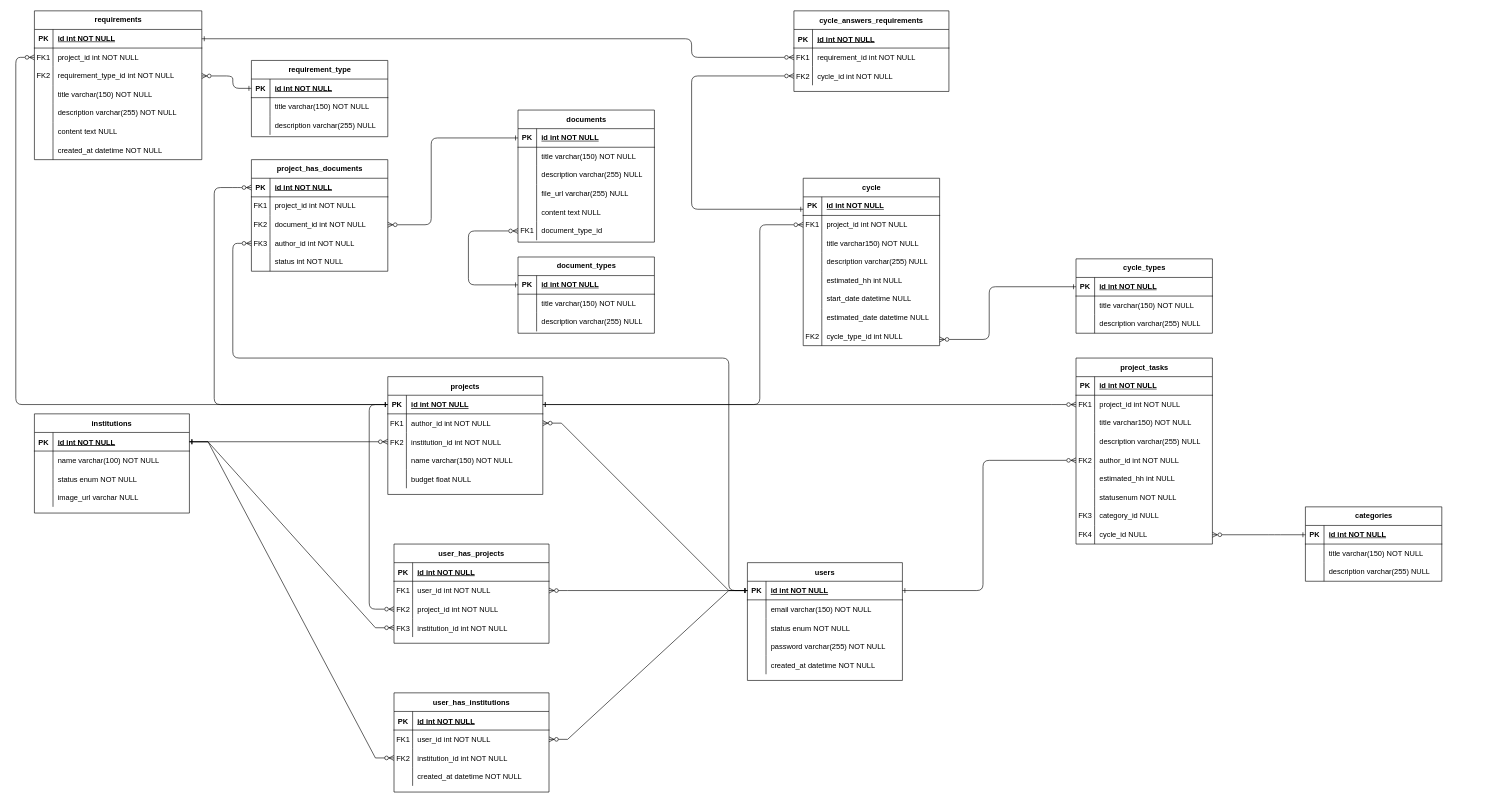
Above: src/diagrams/MER.drawio in jmjauregui/new_kettle (draw.io), before the change. Source tidied: cells renumbered, new cells numbered last; positions are measured from the earlier drawing's top-left corner, leaving out a move shared by most shapes. Both pictures are drawn from the tidied source at 62%, with x=0, y=0 at pixel (-102, 11).
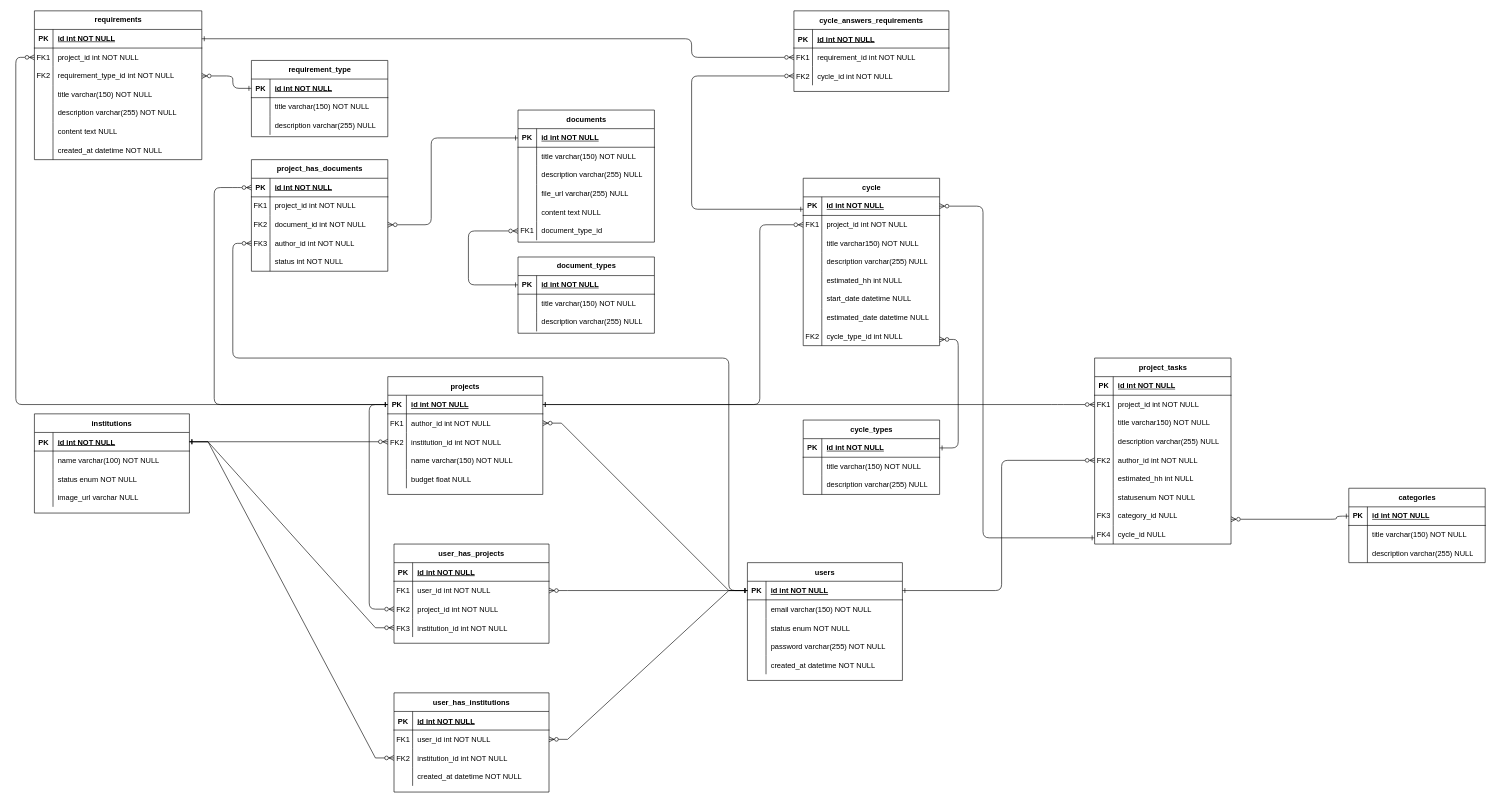
Above is the later version.

The change refers to these unchanged cells:
```xml
<mxCell id="34" style="shape=partialRectangle;fillColor=none;points=[[0,0.5],[1,0.5]];portConstraint=eastwest;top=0;left=0;right=0;bottom=1;rounded=0;" parent="33" vertex="1">
  <mxGeometry y="30" width="250" height="30" as="geometry" />
</mxCell>
<mxCell id="94" style="shape=tableRow;horizontal=0;startSize=0;swimlaneHead=0;swimlaneBody=0;fillColor=none;points=[[0,0.5],[1,0.5]];portConstraint=eastwest;top=0;left=0;right=0;bottom=0;" parent="81" vertex="1">
  <mxGeometry y="150" width="220" height="30" as="geometry" />
</mxCell>
<mxCell id="106" style="shape=tableRow;horizontal=0;startSize=0;swimlaneHead=0;swimlaneBody=0;fillColor=none;points=[[0,0.5],[1,0.5]];portConstraint=eastwest;top=0;left=0;right=0;bottom=0;" parent="81" vertex="1">
  <mxGeometry y="270" width="220" height="30" as="geometry" />
</mxCell>
<mxCell id="112" style="shape=tableRow;horizontal=0;startSize=0;swimlaneHead=0;swimlaneBody=0;fillColor=none;points=[[0,0.5],[1,0.5]];portConstraint=eastwest;top=0;left=0;right=0;bottom=1;" parent="111" vertex="1">
  <mxGeometry y="30" width="220" height="30" as="geometry" />
</mxCell>
<mxCell id="169" style="shape=tableRow;horizontal=0;startSize=0;swimlaneHead=0;swimlaneBody=0;fillColor=none;points=[[0,0.5],[1,0.5]];portConstraint=eastwest;top=0;left=0;right=0;bottom=1;" parent="168" vertex="1">
  <mxGeometry y="30" width="220" height="30" as="geometry" />
</mxCell>
<mxCell id="194" style="shape=tableRow;horizontal=0;startSize=0;swimlaneHead=0;swimlaneBody=0;fillColor=none;points=[[0,0.5],[1,0.5]];portConstraint=eastwest;top=0;left=0;right=0;bottom=1;" parent="193" vertex="1">
  <mxGeometry y="30" width="220" height="30" as="geometry" />
</mxCell>
```

Diff of the diagram source:
```diff
@@
     <mxCell id="81" value="project_tasks" style="shape=table;startSize=30;childLayout=tableLayout;rowLines=0;fontStyle=1;align=center;html=1;" parent="1" vertex="1">
-      <mxGeometry x="1900" y="560" width="220" height="300" as="geometry" />
+      <mxGeometry x="1930" y="560" width="220" height="300" as="geometry" />
     </mxCell>
@@
     <mxCell id="110" style="edgeStyle=orthogonalEdgeStyle;jettySize=auto;html=1;entryX=0;entryY=0.5;entryDx=0;entryDy=0;strokeColor=default;startArrow=ERone;startFill=0;endArrow=ERzeroToMany;endFill=0;exitX=1;exitY=0.5;exitDx=0;exitDy=0;" parent="1" edge="1" source="34" target="94">
       <mxGeometry relative="1" as="geometry">
         <Array as="points">
-          <mxPoint x="1750" y="935" />
-          <mxPoint x="1750" y="725" />
+          <mxPoint x="1780" y="935" />
+          <mxPoint x="1780" y="725" />
         </Array>
       </mxGeometry>
     </mxCell>
     <mxCell id="111" value="categories" style="shape=table;startSize=30;childLayout=tableLayout;rowLines=0;fontStyle=1;align=center;html=1;" parent="1" vertex="1">
-      <mxGeometry x="2270" y="800" width="220" height="120" as="geometry" />
+      <mxGeometry x="2340" y="770" width="220" height="120" as="geometry" />
     </mxCell>
@@
-    <mxCell id="121" style="edgeStyle=orthogonalEdgeStyle;jettySize=auto;html=1;exitX=0;exitY=0.5;exitDx=0;exitDy=0;entryX=1;entryY=0.5;entryDx=0;entryDy=0;startArrow=ERone;startFill=0;endArrow=ERzeroToMany;endFill=0;" parent="1" edge="1" source="112" target="106">
+    <mxCell id="121" style="edgeStyle=orthogonalEdgeStyle;jettySize=auto;html=1;exitX=0;exitY=0.5;exitDx=0;exitDy=0;startArrow=ERone;startFill=0;endArrow=ERzeroToMany;endFill=0;" parent="1" edge="1" source="112">
       <mxGeometry relative="1" as="geometry">
+        <mxPoint x="2150" y="820" as="targetPoint" />
         <Array as="points">
-          <mxPoint x="2220" y="845" />
-          <mxPoint x="2220" y="845" />
+          <mxPoint x="2320" y="820" />
         </Array>
       </mxGeometry>
     </mxCell>
@@
     <mxCell id="193" value="cycle_types" style="shape=table;startSize=30;childLayout=tableLayout;rowLines=0;fontStyle=1;align=center;html=1;" parent="1" vertex="1">
-      <mxGeometry x="1900" y="400" width="220" height="120" as="geometry" />
+      <mxGeometry x="1460" y="660" width="220" height="120" as="geometry" />
     </mxCell>
@@
-    <mxCell id="203" style="edgeStyle=orthogonalEdgeStyle;jettySize=auto;html=1;exitX=0;exitY=0.5;exitDx=0;exitDy=0;startArrow=ERone;startFill=0;endArrow=ERzeroToMany;endFill=0;" parent="1" edge="1" source="194">
+    <mxCell id="203" style="edgeStyle=orthogonalEdgeStyle;jettySize=auto;html=1;exitX=1;exitY=0.5;exitDx=0;exitDy=0;startArrow=ERone;startFill=0;endArrow=ERzeroToMany;endFill=0;" parent="1" edge="1" source="194">
       <mxGeometry relative="1" as="geometry">
         <mxPoint x="1680" y="530" as="targetPoint" />
         <Array as="points">
-          <mxPoint x="1760" y="445" />
-          <mxPoint x="1760" y="530" />
+          <mxPoint x="1710" y="705" />
+          <mxPoint x="1710" y="530" />
         </Array>
       </mxGeometry>
     </mxCell>
@@
+    <mxCell id="254" style="edgeStyle=orthogonalEdgeStyle;jettySize=auto;html=1;strokeColor=default;startArrow=ERone;startFill=0;endArrow=ERzeroToMany;endFill=0;entryX=1;entryY=0.5;entryDx=0;entryDy=0;" parent="1" edge="1" source="106" target="169">
+      <mxGeometry relative="1" as="geometry">
+        <Array as="points">
+          <mxPoint x="1750" y="850" />
+          <mxPoint x="1750" y="315" />
+        </Array>
+      </mxGeometry>
+    </mxCell>
```
